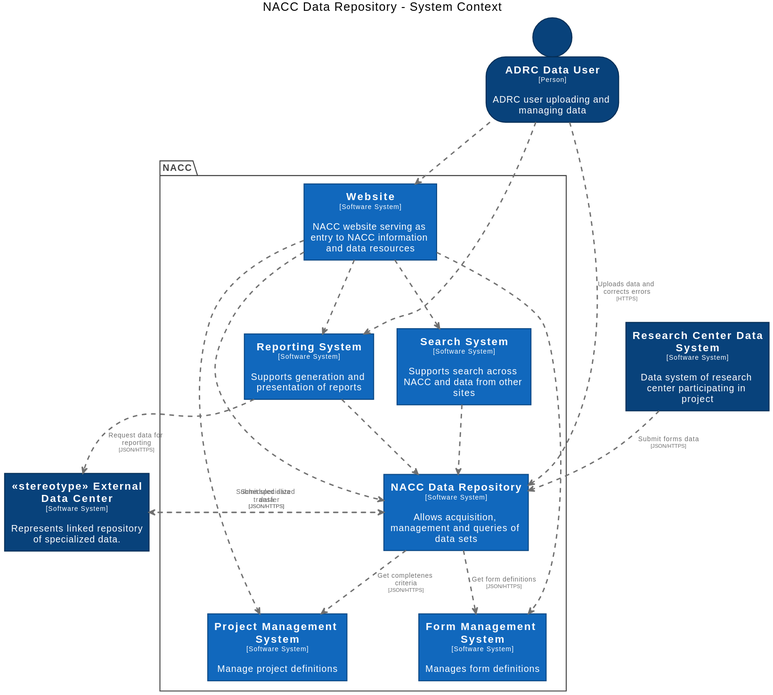
Before: docs/images/structurizr-RepositoryContext.svg, a diagram exported from PlantUML (naccdata/system-design).
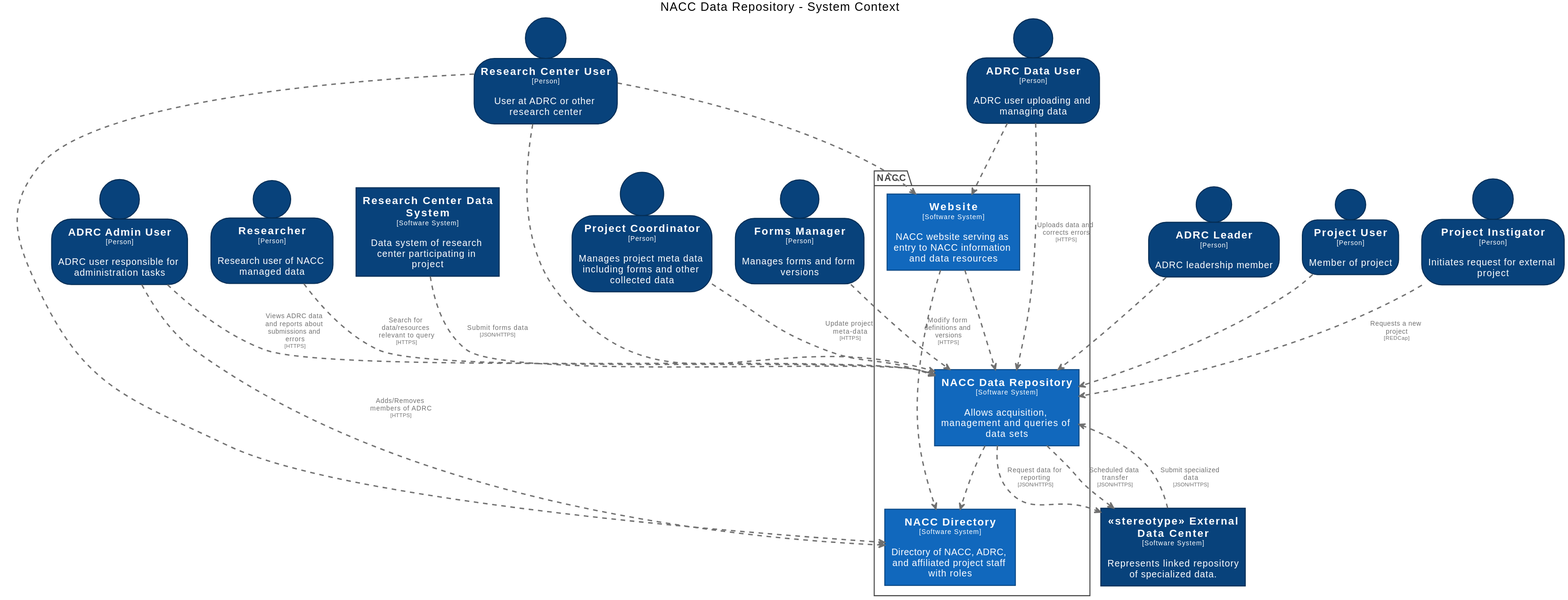
Later version of the same file.

The edit, as a diff of the source:
```diff
@@ -18,40 +18,65 @@
   FontColor #ffffff
   BorderColor #052e56
 }
+skinparam person<<ADRCAdminUser>> {
+  BackgroundColor #08427b
+  FontColor #ffffff
+  BorderColor #052e56
+}
 skinparam person<<ADRCDataUser>> {
   BackgroundColor #08427b
   FontColor #ffffff
   BorderColor #052e56
 }
-skinparam rectangle<<FormManagementSystem>> {
-  BackgroundColor #1168bd
+skinparam person<<ADRCLeader>> {
+  BackgroundColor #08427b
   FontColor #ffffff
-  BorderColor #0b4884
+  BorderColor #052e56
+}
+skinparam person<<FormsManager>> {
+  BackgroundColor #08427b
+  FontColor #ffffff
+  BorderColor #052e56
 }
 skinparam rectangle<<NACCDataRepository>> {
   BackgroundColor #1168bd
   FontColor #ffffff
   BorderColor #0b4884
 }
-skinparam rectangle<<ProjectManagementSystem>> {
+skinparam rectangle<<NACCDirectory>> {
   BackgroundColor #1168bd
   FontColor #ffffff
   BorderColor #0b4884
 }
-skinparam rectangle<<ReportingSystem>> {
-  BackgroundColor #1168bd
+skinparam person<<ProjectCoordinator>> {
+  BackgroundColor #08427b
   FontColor #ffffff
-  BorderColor #0b4884
+  BorderColor #052e56
+}
+skinparam person<<ProjectInstigator>> {
+  BackgroundColor #08427b
+  FontColor #ffffff
+  BorderColor #052e56
+}
+skinparam person<<ProjectUser>> {
+  BackgroundColor #08427b
+  FontColor #ffffff
+  BorderColor #052e56
 }
 skinparam rectangle<<ResearchCenterDataSystem>> {
   BackgroundColor #08427b
   FontColor #ffffff
   BorderColor #052e56
 }
-skinparam rectangle<<SearchSystem>> {
-  BackgroundColor #1168bd
+skinparam person<<ResearchCenterUser>> {
+  BackgroundColor #08427b
   FontColor #ffffff
-  BorderColor #0b4884
+  BorderColor #052e56
+}
+skinparam person<<Researcher>> {
+  BackgroundColor #08427b
+  FontColor #ffffff
+  BorderColor #052e56
 }
 skinparam rectangle<<Website>> {
   BackgroundColor #1168bd
@@ -63,32 +88,41 @@
   skinparam PackageBorderColor<<enterprise>> #444444
   skinparam PackageFontColor<<enterprise>> #444444
 
-  rectangle "==Project Management System\n<size:10>[Software System]</size>\n\nManage project definitions" <<ProjectManagementSystem>> as ProjectManagementSystem
+  rectangle "==NACC Directory\n<size:10>[Software System]</size>\n\nDirectory of NACC, ADRC, and affiliated project staff with roles" <<NACCDirectory>> as NACCDirectory
   rectangle "==NACC Data Repository\n<size:10>[Software System]</size>\n\nAllows acquisition, management and queries of data sets" <<NACCDataRepository>> as NACCDataRepository
-  rectangle "==Search System\n<size:10>[Software System]</size>\n\nSupports search across NACC and data from other sites" <<SearchSystem>> as SearchSystem
-  rectangle "==Form Management System\n<size:10>[Software System]</size>\n\nManages form definitions" <<FormManagementSystem>> as FormManagementSystem
-  rectangle "==Reporting System\n<size:10>[Software System]</size>\n\nSupports generation and presentation of reports" <<ReportingSystem>> as ReportingSystem
   rectangle "==Website\n<size:10>[Software System]</size>\n\nNACC website serving as entry to NACC information and data resources" <<Website>> as Website
 }
 
+person "==Research Center User\n<size:10>[Person]</size>\n\nUser at ADRC or other research center" <<ResearchCenterUser>> as ResearchCenterUser
 person "==ADRC Data User\n<size:10>[Person]</size>\n\nADRC user uploading and managing data" <<ADRCDataUser>> as ADRCDataUser
+person "==ADRC Admin User\n<size:10>[Person]</size>\n\nADRC user responsible for administration tasks" <<ADRCAdminUser>> as ADRCAdminUser
+person "==ADRC Leader\n<size:10>[Person]</size>\n\nADRC leadership member" <<ADRCLeader>> as ADRCLeader
+person "==Project User\n<size:10>[Person]</size>\n\nMember of project" <<ProjectUser>> as ProjectUser
+person "==Project Instigator\n<size:10>[Person]</size>\n\nInitiates request for external project" <<ProjectInstigator>> as ProjectInstigator
+person "==Project Coordinator\n<size:10>[Person]</size>\n\nManages project meta data including forms and other collected data" <<ProjectCoordinator>> as ProjectCoordinator
+person "==Forms Manager\n<size:10>[Person]</size>\n\nManages forms and form versions" <<FormsManager>> as FormsManager
+person "==Researcher\n<size:10>[Person]</size>\n\nResearch user of NACC managed data" <<Researcher>> as Researcher
 rectangle "==<<stereotype>> External Data Center\n<size:10>[Software System]</size>\n\nRepresents linked repository of specialized data." <<stereotypeExternalDataCenter>> as stereotypeExternalDataCenter
 rectangle "==Research Center Data System\n<size:10>[Software System]</size>\n\nData system of research center participating in project" <<ResearchCenterDataSystem>> as ResearchCenterDataSystem
 
-Website .[#707070,thickness=2].> ReportingSystem : "<color:#707070>"
-Website .[#707070,thickness=2].> SearchSystem : "<color:#707070>"
 Website .[#707070,thickness=2].> NACCDataRepository : "<color:#707070>"
-Website .[#707070,thickness=2].> ProjectManagementSystem : "<color:#707070>"
-Website .[#707070,thickness=2].> FormManagementSystem : "<color:#707070>"
+Website .[#707070,thickness=2].> NACCDirectory : "<color:#707070>"
+ResearchCenterUser .[#707070,thickness=2].> Website : "<color:#707070>"
+ResearchCenterUser .[#707070,thickness=2].> NACCDirectory : "<color:#707070>"
+ResearchCenterUser .[#707070,thickness=2].> NACCDataRepository : "<color:#707070>"
 ADRCDataUser .[#707070,thickness=2].> NACCDataRepository : "<color:#707070>Uploads data and corrects errors\n<color:#707070><size:8>[HTTPS]</size>"
 ADRCDataUser .[#707070,thickness=2].> Website : "<color:#707070>"
-ADRCDataUser .[#707070,thickness=2].> ReportingSystem : "<color:#707070>"
+ADRCAdminUser .[#707070,thickness=2].> NACCDirectory : "<color:#707070>Adds/Removes members of ADRC\n<color:#707070><size:8>[HTTPS]</size>"
+ADRCAdminUser .[#707070,thickness=2].> NACCDataRepository : "<color:#707070>Views ADRC data and reports about submissions and errors\n<color:#707070><size:8>[HTTPS]</size>"
+ADRCLeader .[#707070,thickness=2].> NACCDataRepository : "<color:#707070>"
+NACCDataRepository .[#707070,thickness=2].> NACCDirectory : "<color:#707070>"
+ProjectUser .[#707070,thickness=2].> NACCDataRepository : "<color:#707070>"
+ProjectInstigator .[#707070,thickness=2].> NACCDataRepository : "<color:#707070>Requests a new project\n<color:#707070><size:8>[REDCap]</size>"
+ProjectCoordinator .[#707070,thickness=2].> NACCDataRepository : "<color:#707070>Update project meta-data\n<color:#707070><size:8>[HTTPS]</size>"
+FormsManager .[#707070,thickness=2].> NACCDataRepository : "<color:#707070>Modify form definitions and versions\n<color:#707070><size:8>[HTTPS]</size>"
+Researcher .[#707070,thickness=2].> NACCDataRepository : "<color:#707070>Search for data/resources relevant to query\n<color:#707070><size:8>[HTTPS]</size>"
 stereotypeExternalDataCenter .[#707070,thickness=2].> NACCDataRepository : "<color:#707070>Submit specialized data\n<color:#707070><size:8>[JSON/HTTPS]</size>"
-ReportingSystem .[#707070,thickness=2].> stereotypeExternalDataCenter : "<color:#707070>Request data for reporting\n<color:#707070><size:8>[JSON/HTTPS]</size>"
+NACCDataRepository .[#707070,thickness=2].> stereotypeExternalDataCenter : "<color:#707070>Request data for reporting\n<color:#707070><size:8>[JSON/HTTPS]</size>"
 NACCDataRepository .[#707070,thickness=2].> stereotypeExternalDataCenter : "<color:#707070>Scheduled data transfer\n<color:#707070><size:8>[JSON/HTTPS]</size>"
 ResearchCenterDataSystem .[#707070,thickness=2].> NACCDataRepository : "<color:#707070>Submit forms data\n<color:#707070><size:8>[JSON/HTTPS]</size>"
-NACCDataRepository .[#707070,thickness=2].> FormManagementSystem : "<color:#707070>Get form definitions\n<color:#707070><size:8>[JSON/HTTPS]</size>"
-NACCDataRepository .[#707070,thickness=2].> ProjectManagementSystem : "<color:#707070>Get completenes criteria\n<color:#707070><size:8>[JSON/HTTPS]</size>"
-SearchSystem .[#707070,thickness=2].> NACCDataRepository : "<color:#707070>"
-ReportingSystem .[#707070,thickness=2].> NACCDataRepository : "<color:#707070>"
 @enduml
```
